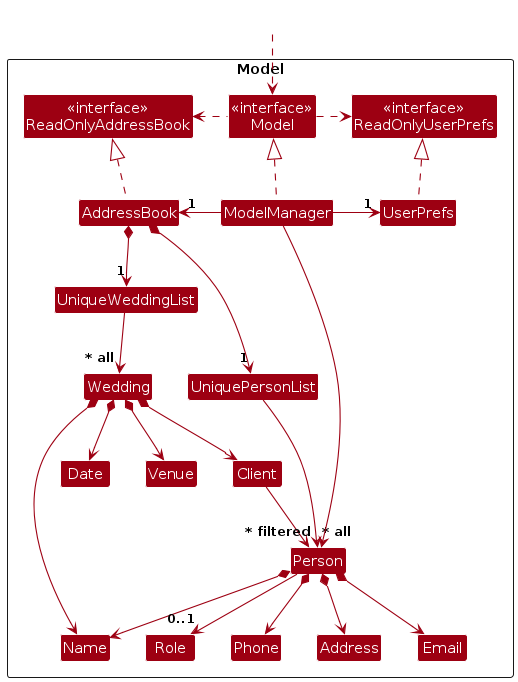
Before: diagrams/ModelClassDiagram.png, a diagram exported from PlantUML (VedJoshi/tp). Its source is kept beside it as diagrams/ModelClassDiagram.puml. Its diagram source:
```plantuml
@startuml
!include style.puml
skinparam arrowThickness 1.1
skinparam arrowColor MODEL_COLOR
skinparam classBackgroundColor MODEL_COLOR

Package Model as ModelPackage <<Rectangle>> {
    Class "<<interface>>\nReadOnlyAddressBook" as ReadOnlyAddressBook
    Class "<<interface>>\nModel" as Model
    Class ModelManager
    Class "<<interface>>\nReadOnlyUserPrefs" as ReadOnlyUserPrefs
    Class AddressBook
    Class UserPrefs

    Class UniquePersonList
    Class UniqueWeddingList
    Class Person
    Class Wedding
    Class Client
    Class Address
    Class Email
    Class Name
    Class Phone
    Class Role
    Class Date
    Class Venue

    Class I #FFFFFF
}

Class HiddenOutside #FFFFFF
HiddenOutside ..> Model

AddressBook .up.|> ReadOnlyAddressBook

ModelManager .up.|> Model
Model -left.> ReadOnlyAddressBook

Model -right.> ReadOnlyUserPrefs
ModelManager -left-> "1" AddressBook
ModelManager -right-> "1" UserPrefs
UserPrefs .up.|> ReadOnlyUserPrefs

AddressBook *--> "1" UniquePersonList
AddressBook *--> "1" UniqueWeddingList
UniquePersonList --> "~* all" Person
UniqueWeddingList --> "~* all" Wedding
Person *--> Name
Person *--> Phone
Person *--> Email
Person *--> Address
Person --> "0..1" Role
Client --> Person
Wedding *--> Name
Wedding *--> Client
Wedding *--> Date
Wedding *--> Venue

Person -[hidden]up--> I
UniquePersonList -[hidden]right-> I

Name -[hidden]right-> Phone
Phone -[hidden]right-> Address
Address -[hidden]right-> Email

ModelManager --> "~* filtered" Person
@enduml
```
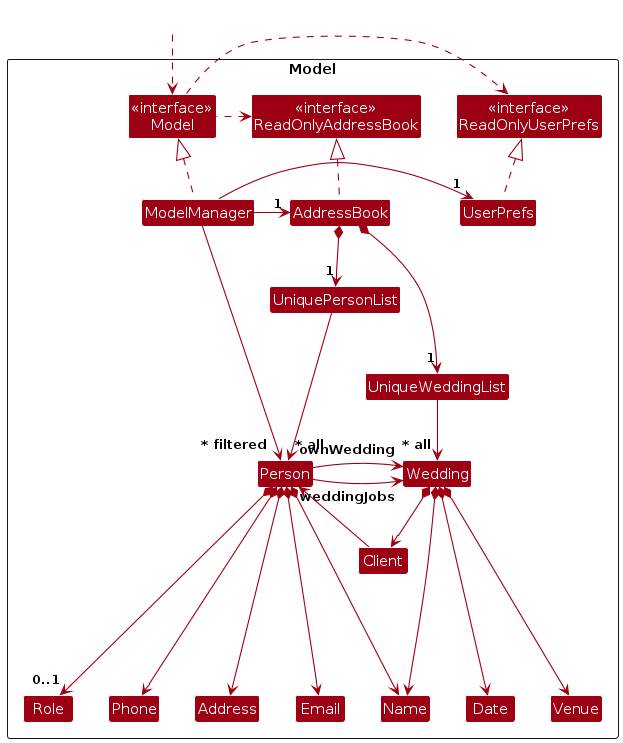
Above is the later version.

What changed in the source:
```diff
@@ -41,6 +41,7 @@
 ModelManager -right-> "1" UserPrefs
 UserPrefs .up.|> ReadOnlyUserPrefs
 
+
 AddressBook *--> "1" UniquePersonList
 AddressBook *--> "1" UniqueWeddingList
 UniquePersonList --> "~* all" Person
@@ -49,7 +50,9 @@
 Person *--> Phone
 Person *--> Email
 Person *--> Address
-Person --> "0..1" Role
+Person -left-> "weddingJobs" Wedding
+Person --> "ownWedding" Wedding
+Person *--> "0..1" Role
 Client --> Person
 Wedding *--> Name
 Wedding *--> Client
@@ -59,9 +62,13 @@
 Person -[hidden]up--> I
 UniquePersonList -[hidden]right-> I
 
+Name -[hidden]up--> Client
 Name -[hidden]right-> Phone
 Phone -[hidden]right-> Address
 Address -[hidden]right-> Email
+Email -[hidden]right-> Role
+Role -[hidden]right-> Date
+Date -[hidden]right-> Venue
 
 ModelManager --> "~* filtered" Person
 @enduml
```
